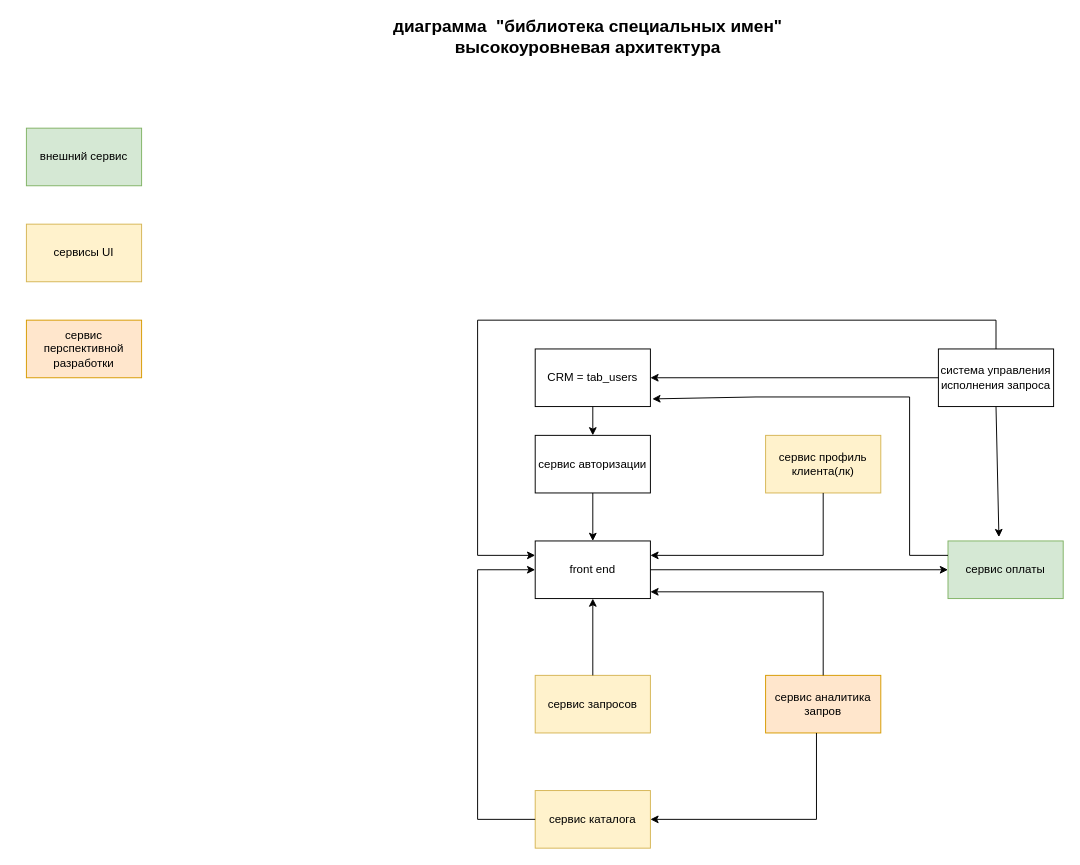
emauter/GB_mysql keeps this draw.io diagram as page "Страница 1" (1 of 2) of диаграмма специальных имен.drawio. Above is the earlier version. Source tidied: cells renumbered, new cells numbered last; positions are measured from the earlier drawing's top-left corner, leaving out a move shared by most shapes. Both pictures are drawn from the tidied source at 96%, with x=0, y=0 at pixel (26, 22).
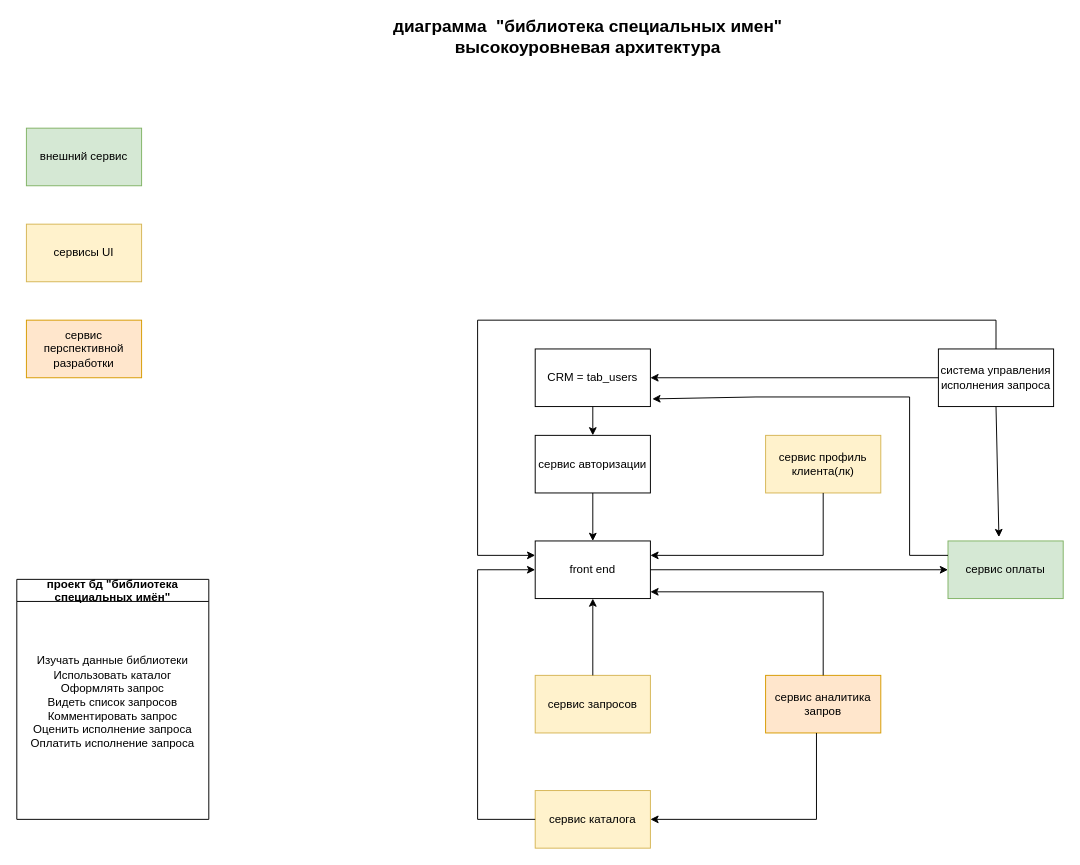
The same page after the edit.

Diff of the diagram source:
```diff
@@
+    <mxCell id="27" value="проект бд &quot;библиотека &#10;специальных имён&quot;" style="swimlane;" parent="1" vertex="1">
+      <mxGeometry x="-10" y="580" width="200" height="250" as="geometry" />
+    </mxCell>
+    <mxCell id="28" value="Изучать данные библиотеки&lt;br&gt;Использовать каталог&lt;br&gt;Оформлять запрос&lt;br&gt;Видеть список запросов&lt;br&gt;Комментировать запрос&lt;br&gt;Оценить исполнение запроса&lt;br&gt;Оплатить исполнение запроса" style="text;html=1;strokeColor=none;fillColor=none;align=center;verticalAlign=middle;whiteSpace=wrap;rounded=0;" parent="27" vertex="1">
+      <mxGeometry x="10" y="45" width="180" height="165" as="geometry" />
+    </mxCell>
```
